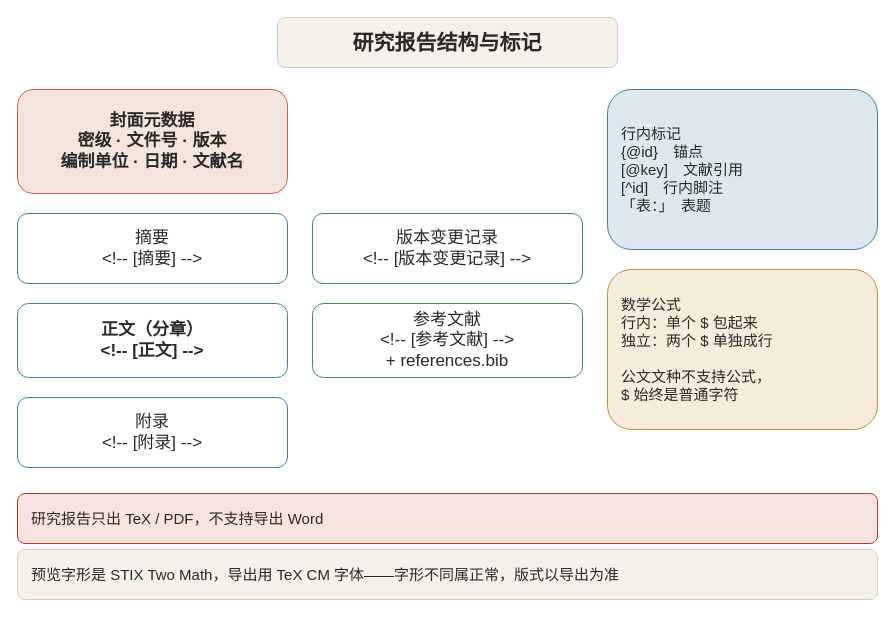
Above: docs/help/diagrams/diag-research.drawio in billowsand/gongwen (draw.io), before the change. Source tidied: cells renumbered, new cells numbered last; positions are measured from the earlier drawing's top-left corner, leaving out a move shared by most shapes. Both pictures are drawn from the tidied source at 100%, with x=0, y=0 at pixel (17, 17).
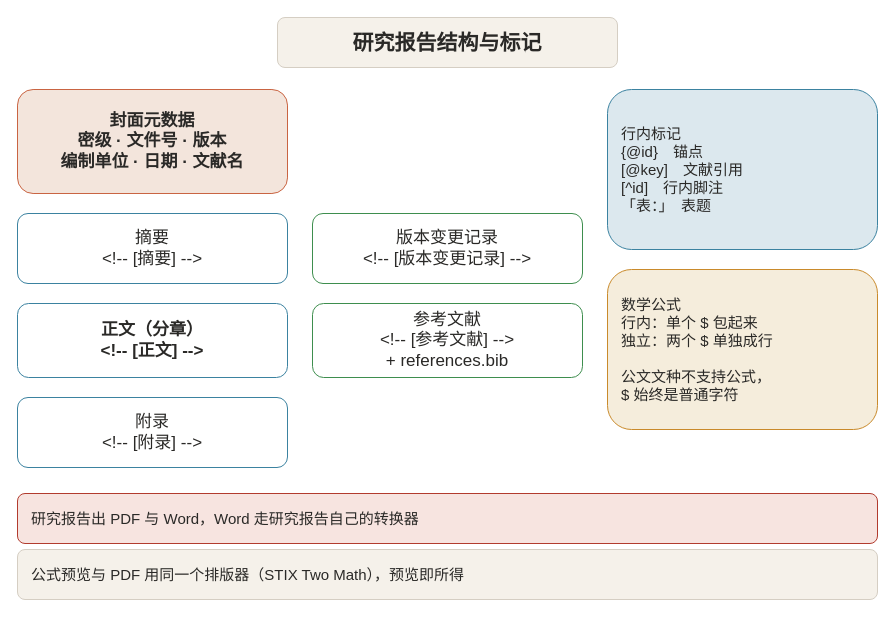
After the change.

Diff of the diagram source:
```diff
@@
 <mxGraphModel>
   <root>
     <mxCell id="0" />
     <mxCell id="1" parent="0" />
     <mxCell id="2" value="研究报告结构与标记" style="rounded=1;whiteSpace=wrap;html=1;fillColor=#F5F1EA;strokeColor=#D5CEC3;fontColor=#2A2927;fontFamily=Aa顺風顺水顺财神;fontStyle=1;fontSize=21;" parent="1" vertex="1">
       <mxGeometry x="260" width="340" height="50" as="geometry" />
     </mxCell>
     <mxCell id="3" value="封面元数据&lt;br&gt;密级 · 文件号 · 版本&lt;br&gt;编制单位 · 日期 · 文献名" style="rounded=1;whiteSpace=wrap;html=1;fillColor=#F3E5DC;strokeColor=#C96442;fontColor=#2A2927;fontFamily=Aa顺風顺水顺财神;fontStyle=1;fontSize=17;" parent="1" vertex="1">
       <mxGeometry y="72" width="270" height="104" as="geometry" />
     </mxCell>
     <mxCell id="4" value="摘要&lt;br&gt;&amp;lt;!-- [摘要] --&amp;gt;" style="rounded=1;whiteSpace=wrap;html=1;fillColor=#FFFFFF;strokeColor=#3B82A0;fontColor=#2A2927;fontFamily=Aa顺風顺水顺财神;fontSize=17;" parent="1" vertex="1">
       <mxGeometry y="196" width="270" height="70" as="geometry" />
     </mxCell>
     <mxCell id="5" value="正文（分章）&lt;br&gt;&amp;lt;!-- [正文] --&amp;gt;" style="rounded=1;whiteSpace=wrap;html=1;fillColor=#FFFFFF;strokeColor=#3B82A0;fontColor=#2A2927;fontFamily=Aa顺風顺水顺财神;fontStyle=1;fontSize=17;" parent="1" vertex="1">
       <mxGeometry y="286" width="270" height="74" as="geometry" />
     </mxCell>
     <mxCell id="6" value="附录&lt;br&gt;&amp;lt;!-- [附录] --&amp;gt;" style="rounded=1;whiteSpace=wrap;html=1;fillColor=#FFFFFF;strokeColor=#3B82A0;fontColor=#2A2927;fontFamily=Aa顺風顺水顺财神;fontSize=17;" parent="1" vertex="1">
       <mxGeometry y="380" width="270" height="70" as="geometry" />
     </mxCell>
     <mxCell id="7" value="版本变更记录&lt;br&gt;&amp;lt;!-- [版本变更记录] --&amp;gt;" style="rounded=1;whiteSpace=wrap;html=1;fillColor=#FFFFFF;strokeColor=#3E8E4E;fontColor=#2A2927;fontFamily=Aa顺風顺水顺财神;fontSize=17;" parent="1" vertex="1">
       <mxGeometry x="295" y="196" width="270" height="70" as="geometry" />
     </mxCell>
     <mxCell id="8" value="参考文献&lt;br&gt;&amp;lt;!-- [参考文献] --&amp;gt;&lt;br&gt;+ references.bib" style="rounded=1;whiteSpace=wrap;html=1;fillColor=#FFFFFF;strokeColor=#3E8E4E;fontColor=#2A2927;fontFamily=Aa顺風顺水顺财神;fontSize=17;" parent="1" vertex="1">
       <mxGeometry x="295" y="286" width="270" height="74" as="geometry" />
     </mxCell>
     <mxCell id="9" value="行内标记&lt;br&gt;{@id}　锚点&lt;br&gt;[@key]　文献引用&lt;br&gt;[^id]　行内脚注&lt;br&gt;「表：」　表题" style="rounded=1;whiteSpace=wrap;html=1;fillColor=#DCE8EE;strokeColor=#3B82A0;fontColor=#2A2927;fontFamily=Aa顺風顺水顺财神;fontSize=15;align=left;spacingLeft=12;spacingRight=10;" parent="1" vertex="1">
       <mxGeometry x="590" y="72" width="270" height="160" as="geometry" />
     </mxCell>
     <mxCell id="10" value="数学公式&lt;br&gt;行内：单个 $ 包起来&lt;br&gt;独立：两个 $ 单独成行&lt;br&gt;&lt;br&gt;公文文种不支持公式，&lt;br&gt;$ 始终是普通字符" style="rounded=1;whiteSpace=wrap;html=1;fillColor=#F5EDDC;strokeColor=#C98A2B;fontColor=#2A2927;fontFamily=Aa顺風顺水顺财神;fontSize=15;align=left;spacingLeft=12;spacingRight=10;" parent="1" vertex="1">
       <mxGeometry x="590" y="252" width="270" height="160" as="geometry" />
     </mxCell>
-    <mxCell id="11" value="研究报告只出 TeX / PDF，不支持导出 Word" style="rounded=1;whiteSpace=wrap;html=1;fillColor=#F7E4E0;strokeColor=#B23B2E;fontColor=#2A2927;fontFamily=Aa顺風顺水顺财神;fontSize=15;align=left;spacingLeft=12;spacingRight=10;" parent="1" vertex="1">
+    <mxCell id="11" value="研究报告出 PDF 与 Word，Word 走研究报告自己的转换器" style="rounded=1;whiteSpace=wrap;html=1;fillColor=#F7E4E0;strokeColor=#B23B2E;fontColor=#2A2927;fontFamily=Aa顺風顺水顺财神;fontSize=15;align=left;spacingLeft=12;spacingRight=10;" parent="1" vertex="1">
       <mxGeometry y="476" width="860" height="50" as="geometry" />
     </mxCell>
-    <mxCell id="12" value="预览字形是 STIX Two Math，导出用 TeX CM 字体——字形不同属正常，版式以导出为准" style="rounded=1;whiteSpace=wrap;html=1;fillColor=#F5F1EA;strokeColor=#D5CEC3;fontColor=#2A2927;fontFamily=Aa顺風顺水顺财神;fontSize=15;align=left;spacingLeft=12;spacingRight=10;" parent="1" vertex="1">
+    <mxCell id="12" value="公式预览与 PDF 用同一个排版器（STIX Two Math），预览即所得" style="rounded=1;whiteSpace=wrap;html=1;fillColor=#F5F1EA;strokeColor=#D5CEC3;fontColor=#2A2927;fontFamily=Aa顺風顺水顺财神;fontSize=15;align=left;spacingLeft=12;spacingRight=10;" parent="1" vertex="1">
       <mxGeometry y="532" width="860" height="50" as="geometry" />
     </mxCell>
   </root>
 </mxGraphModel>
```
